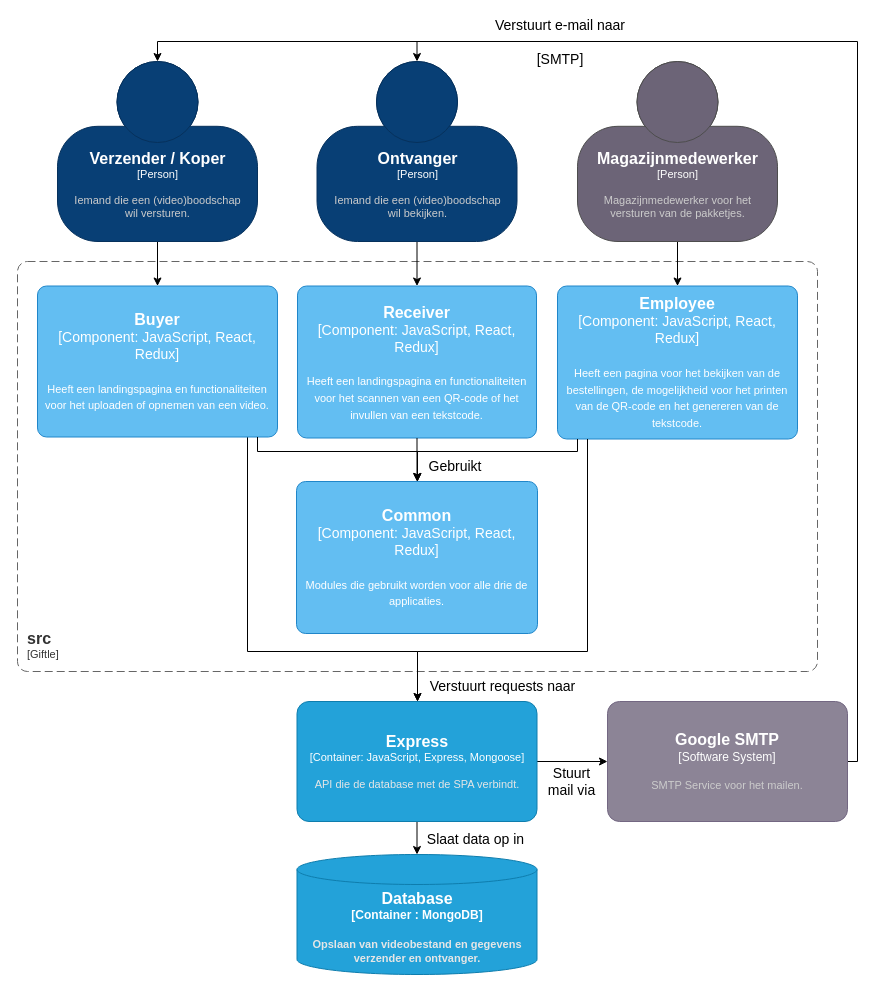
Earlier version of the draw.io diagram koeskoes/3.Sprint2/Documentatie/Software Guidebook/assets/software_architecture/component_diagram.drawio (HANICA-DWA/sep2021-project-koeskoes). Source tidied: cells renumbered, new cells numbered last; positions are measured from the earlier drawing's top-left corner, leaving out a move shared by most shapes. Both pictures are drawn from the tidied source at 100%, with x=0, y=0 at pixel (17, 27).
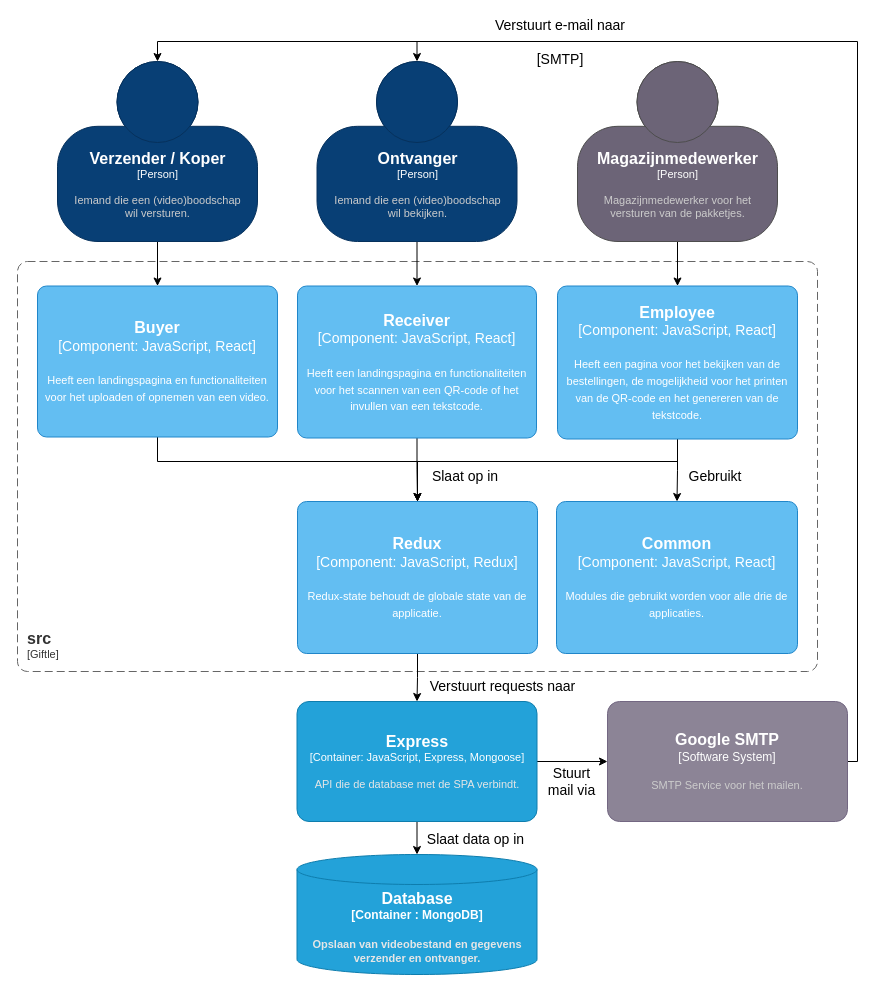
The same diagram, later.

Commit message (it also covers changes not shown here):
client diagram update

Unchanged cells that the change refers to:
```xml
<object id="11" label="&lt;font style=&quot;font-size: 16px&quot;&gt;&lt;b&gt;%c4Name%&lt;/b&gt;&lt;/font&gt;&lt;div&gt;[%c4Type%: %c4Technology%]&lt;/div&gt;&lt;br&gt;&lt;div&gt;&lt;font style=&quot;font-size: 11px&quot;&gt;&lt;font color=&quot;#E6E6E6&quot;&gt;%c4Description%&lt;/font&gt;&lt;/font&gt;&lt;/div&gt;" c4Description="API die de database met de SPA verbindt." c4Name="Express" c4Technology="JavaScript, Express, Mongoose" c4Type="Container" placeholders="1">
  <mxCell style="rounded=1;whiteSpace=wrap;html=1;fontSize=11;labelBackgroundColor=none;fillColor=#23A2D9;fontColor=#ffffff;align=center;arcSize=10;strokeColor=#0E7DAD;points=[[0.25,0,0],[0.5,0,0],[0.75,0,0],[1,0.25,0],[1,0.5,0],[1,0.75,0],[0.75,1,0],[0.5,1,0],[0.25,1,0],[0,0.75,0],[0,0.5,0],[0,0.25,0]];fontFamily=Helvetica;" parent="1" vertex="1">
    <mxGeometry x="279.5" y="674" width="240" height="120" as="geometry" />
  </mxCell>
</object>
```

The edit, as a diff of the source:
```diff
@@
-    <mxCell id="13" style="edgeStyle=orthogonalEdgeStyle;rounded=0;jettySize=auto;html=1;fontFamily=Helvetica;fontSize=14;fontColor=#000000;strokeColor=default;strokeWidth=1;" parent="1" edge="1" source="14" target="11">
-      <mxGeometry relative="1" as="geometry">
-        <Array as="points">
-          <mxPoint x="230" y="624" />
-          <mxPoint x="400" y="624" />
-        </Array>
-      </mxGeometry>
-    </mxCell>
+    <mxCell id="30" style="edgeStyle=orthogonalEdgeStyle;rounded=0;jettySize=auto;html=1;exitX=0.5;exitY=1;exitDx=0;exitDy=0;exitPerimeter=0;fontFamily=Helvetica;endSize=6;strokeWidth=1;" parent="1" edge="1" source="14" target="34">
+      <mxGeometry relative="1" as="geometry">
+        <Array as="points">
+          <mxPoint x="140" y="434" />
+          <mxPoint x="400" y="434" />
+        </Array>
+      </mxGeometry>
+    </mxCell>
-    <object id="14" label="&lt;font style=&quot;font-size: 16px&quot;&gt;&lt;b&gt;%c4Name%&lt;/b&gt;&lt;/font&gt;&lt;div&gt;[%c4Type%: %c4Technology%]&lt;/div&gt;&lt;br&gt;&lt;div&gt;&lt;font style=&quot;font-size: 11px&quot;&gt;%c4Description%&lt;/font&gt;&lt;/div&gt;" c4Description="Heeft een landingspagina en functionaliteiten voor het uploaden of opnemen van een video." c4Name="Buyer" c4Technology="JavaScript, React, Redux" c4Type="Component" placeholders="1">
+    <object id="14" label="&lt;font style=&quot;font-size: 16px&quot;&gt;&lt;b&gt;%c4Name%&lt;/b&gt;&lt;/font&gt;&lt;div&gt;[%c4Type%: %c4Technology%]&lt;/div&gt;&lt;br&gt;&lt;div&gt;&lt;font style=&quot;font-size: 11px&quot;&gt;%c4Description%&lt;/font&gt;&lt;/div&gt;" c4Description="Heeft een landingspagina en functionaliteiten voor het uploaden of opnemen van een video." c4Name="Buyer" c4Technology="JavaScript, React" c4Type="Component" placeholders="1">
       <mxCell style="rounded=1;whiteSpace=wrap;html=1;labelBackgroundColor=none;fillColor=#63BEF2;fontColor=#ffffff;align=center;arcSize=6;strokeColor=#2086C9;points=[[0.25,0,0],[0.5,0,0],[0.75,0,0],[1,0.25,0],[1,0.5,0],[1,0.75,0],[0.75,1,0],[0.5,1,0],[0.25,1,0],[0,0.75,0],[0,0.5,0],[0,0.25,0]];fontFamily=Helvetica;fontSize=14;" parent="1" vertex="1">
         <mxGeometry x="20" y="258.5" width="240" height="151" as="geometry" />
       </mxCell>
     </object>
+    <mxCell id="31" style="edgeStyle=orthogonalEdgeStyle;rounded=0;jettySize=auto;html=1;exitX=0.5;exitY=1;exitDx=0;exitDy=0;exitPerimeter=0;fontFamily=Helvetica;endSize=6;strokeWidth=1;" parent="1" edge="1" source="15" target="34">
+      <mxGeometry relative="1" as="geometry" />
+    </mxCell>
-    <object id="15" label="&lt;font style=&quot;font-size: 16px&quot;&gt;&lt;b&gt;%c4Name%&lt;/b&gt;&lt;/font&gt;&lt;div&gt;[%c4Type%: %c4Technology%]&lt;/div&gt;&lt;br&gt;&lt;div&gt;&lt;font style=&quot;font-size: 11px&quot;&gt;%c4Description%&lt;/font&gt;&lt;/div&gt;" c4Description="Heeft een landingspagina en functionaliteiten voor het scannen van een QR-code of het invullen van een tekstcode." c4Name="Receiver" c4Technology="JavaScript, React, Redux" c4Type="Component" placeholders="1">
+    <object id="15" label="&lt;font style=&quot;font-size: 16px&quot;&gt;&lt;b&gt;%c4Name%&lt;/b&gt;&lt;/font&gt;&lt;div&gt;[%c4Type%: %c4Technology%]&lt;/div&gt;&lt;br&gt;&lt;div&gt;&lt;font style=&quot;font-size: 11px&quot;&gt;%c4Description%&lt;/font&gt;&lt;/div&gt;" c4Description="Heeft een landingspagina en functionaliteiten voor het scannen van een QR-code of het invullen van een tekstcode." c4Name="Receiver" c4Technology="JavaScript, React" c4Type="Component" placeholders="1">
       <mxCell style="rounded=1;whiteSpace=wrap;html=1;labelBackgroundColor=none;fillColor=#63BEF2;fontColor=#ffffff;align=center;arcSize=6;strokeColor=#2086C9;points=[[0.25,0,0],[0.5,0,0],[0.75,0,0],[1,0.25,0],[1,0.5,0],[1,0.75,0],[0.75,1,0],[0.5,1,0],[0.25,1,0],[0,0.75,0],[0,0.5,0],[0,0.25,0]];fontFamily=Helvetica;fontSize=14;" parent="1" vertex="1">
         <mxGeometry x="280" y="258.5" width="239" height="152" as="geometry" />
       </mxCell>
     </object>
+    <mxCell id="32" style="edgeStyle=orthogonalEdgeStyle;rounded=0;jettySize=auto;html=1;exitX=0.5;exitY=1;exitDx=0;exitDy=0;exitPerimeter=0;fontFamily=Helvetica;endSize=6;strokeWidth=1;" parent="1" edge="1" source="16" target="34">
+      <mxGeometry relative="1" as="geometry">
+        <Array as="points">
+          <mxPoint x="660" y="434" />
+          <mxPoint x="400" y="434" />
+        </Array>
+      </mxGeometry>
+    </mxCell>
+    <mxCell id="28" style="edgeStyle=orthogonalEdgeStyle;rounded=0;jettySize=auto;html=1;exitX=0.5;exitY=1;exitDx=0;exitDy=0;exitPerimeter=0;fontFamily=Helvetica;endSize=6;strokeWidth=1;" parent="1" edge="1" source="16" target="17">
+      <mxGeometry relative="1" as="geometry" />
+    </mxCell>
-    <object id="16" label="&lt;font style=&quot;font-size: 16px&quot;&gt;&lt;b&gt;%c4Name%&lt;/b&gt;&lt;/font&gt;&lt;div&gt;[%c4Type%: %c4Technology%]&lt;/div&gt;&lt;br&gt;&lt;div&gt;&lt;font style=&quot;font-size: 11px&quot;&gt;%c4Description%&lt;/font&gt;&lt;/div&gt;" c4Description="Heeft een pagina voor het bekijken van de bestellingen, de mogelijkheid voor het printen van de QR-code en het genereren van de tekstcode." c4Name="Employee" c4Technology="JavaScript, React, Redux" c4Type="Component" placeholders="1">
+    <object id="16" label="&lt;font style=&quot;font-size: 16px&quot;&gt;&lt;b&gt;%c4Name%&lt;/b&gt;&lt;/font&gt;&lt;div&gt;[%c4Type%: %c4Technology%]&lt;/div&gt;&lt;br&gt;&lt;div&gt;&lt;font style=&quot;font-size: 11px&quot;&gt;%c4Description%&lt;/font&gt;&lt;/div&gt;" c4Description="Heeft een pagina voor het bekijken van de bestellingen, de mogelijkheid voor het printen van de QR-code en het genereren van de tekstcode." c4Name="Employee" c4Technology="JavaScript, React" c4Type="Component" placeholders="1">
       <mxCell style="rounded=1;whiteSpace=wrap;html=1;labelBackgroundColor=none;fillColor=#63BEF2;fontColor=#ffffff;align=center;arcSize=6;strokeColor=#2086C9;points=[[0.25,0,0],[0.5,0,0],[0.75,0,0],[1,0.25,0],[1,0.5,0],[1,0.75,0],[0.75,1,0],[0.5,1,0],[0.25,1,0],[0,0.75,0],[0,0.5,0],[0,0.25,0]];fontFamily=Helvetica;fontSize=14;" parent="1" vertex="1">
         <mxGeometry x="540" y="258.5" width="240" height="153" as="geometry" />
       </mxCell>
     </object>
-    <object id="17" label="&lt;font style=&quot;font-size: 16px&quot;&gt;&lt;b&gt;%c4Name%&lt;/b&gt;&lt;/font&gt;&lt;div&gt;[%c4Type%: %c4Technology%]&lt;/div&gt;&lt;br&gt;&lt;div&gt;&lt;font style=&quot;font-size: 11px&quot;&gt;%c4Description%&lt;/font&gt;&lt;/div&gt;" c4Description="Modules die gebruikt worden voor alle drie de applicaties." c4Name="Common" c4Technology="JavaScript, React, Redux" c4Type="Component" placeholders="1">
+    <object id="17" label="&lt;font style=&quot;font-size: 16px&quot;&gt;&lt;b&gt;%c4Name%&lt;/b&gt;&lt;/font&gt;&lt;div&gt;[%c4Type%: %c4Technology%]&lt;/div&gt;&lt;br&gt;&lt;div&gt;&lt;font style=&quot;font-size: 11px&quot;&gt;%c4Description%&lt;/font&gt;&lt;/div&gt;" c4Description="Modules die gebruikt worden voor alle drie de applicaties." c4Name="Common" c4Technology="JavaScript, React" c4Type="Component" placeholders="1">
       <mxCell style="rounded=1;whiteSpace=wrap;html=1;labelBackgroundColor=none;fillColor=#63BEF2;fontColor=#ffffff;align=center;arcSize=6;strokeColor=#2086C9;points=[[0.25,0,0],[0.5,0,0],[0.75,0,0],[1,0.25,0],[1,0.5,0],[1,0.75,0],[0.75,1,0],[0.5,1,0],[0.25,1,0],[0,0.75,0],[0,0.5,0],[0,0.25,0]];fontFamily=Helvetica;fontSize=14;" parent="1" vertex="1">
-        <mxGeometry x="279" y="454" width="241" height="152" as="geometry" />
+        <mxGeometry x="539" y="474" width="241" height="152" as="geometry" />
       </mxCell>
     </object>
-    <mxCell id="18" value="Gebruikt" style="text;html=1;strokeColor=none;fillColor=none;align=center;verticalAlign=middle;whiteSpace=wrap;rounded=0;fontFamily=Helvetica;fontSize=14;fontColor=#000000;rotation=0;" parent="1" vertex="1">
-      <mxGeometry x="399.5" y="424" width="76" height="30" as="geometry" />
+    <mxCell id="18" value="Slaat op in" style="text;html=1;strokeColor=none;fillColor=none;align=center;verticalAlign=middle;whiteSpace=wrap;rounded=0;fontFamily=Helvetica;fontSize=14;fontColor=#000000;rotation=0;" parent="1" vertex="1">
+      <mxGeometry x="410" y="434" width="76" height="30" as="geometry" />
     </mxCell>
@@
-    <mxCell id="26" style="endArrow=classic;html=1;rounded=0;endSize=6;strokeWidth=1;edgeStyle=orthogonalEdgeStyle;fontFamily=Helvetica;" parent="1" edge="1" source="14" target="17">
-      <mxGeometry relative="1" as="geometry">
-        <Array as="points">
-          <mxPoint x="240" y="424" />
-          <mxPoint x="400" y="424" />
-        </Array>
-      </mxGeometry>
-    </mxCell>
-    <mxCell id="27" style="endArrow=classic;html=1;rounded=0;endSize=6;strokeWidth=1;fontFamily=Helvetica;" parent="1" edge="1" source="15" target="17">
-      <mxGeometry relative="1" as="geometry" />
-    </mxCell>
-    <mxCell id="28" style="endArrow=classic;html=1;rounded=0;endSize=6;strokeWidth=1;edgeStyle=orthogonalEdgeStyle;fontFamily=Helvetica;" parent="1" edge="1" source="16" target="17">
-      <mxGeometry relative="1" as="geometry">
-        <Array as="points">
-          <mxPoint x="560" y="424" />
-          <mxPoint x="400" y="424" />
-        </Array>
-      </mxGeometry>
-    </mxCell>
-    <mxCell id="29" style="endArrow=classic;html=1;rounded=0;endSize=6;strokeWidth=1;edgeStyle=orthogonalEdgeStyle;fontFamily=Helvetica;" parent="1" edge="1" source="16" target="11">
-      <mxGeometry relative="1" as="geometry">
-        <Array as="points">
-          <mxPoint x="570" y="624" />
-          <mxPoint x="400" y="624" />
-        </Array>
-      </mxGeometry>
-    </mxCell>
+    <mxCell id="33" style="edgeStyle=orthogonalEdgeStyle;rounded=0;jettySize=auto;html=1;exitX=0.5;exitY=1;exitDx=0;exitDy=0;exitPerimeter=0;fontFamily=Helvetica;endSize=6;strokeWidth=1;" parent="1" edge="1" source="34" target="11">
+      <mxGeometry relative="1" as="geometry" />
+    </mxCell>
+    <object id="34" label="&lt;font style=&quot;font-size: 16px&quot;&gt;&lt;b&gt;%c4Name%&lt;/b&gt;&lt;/font&gt;&lt;div&gt;[%c4Type%: %c4Technology%]&lt;/div&gt;&lt;br&gt;&lt;div&gt;&lt;font style=&quot;font-size: 11px&quot;&gt;%c4Description%&lt;/font&gt;&lt;/div&gt;" c4Description="Redux-state behoudt de globale state van de applicatie." c4Name="Redux" c4Technology="JavaScript, Redux" c4Type="Component" placeholders="1">
+      <mxCell style="rounded=1;whiteSpace=wrap;html=1;labelBackgroundColor=none;fillColor=#63BEF2;fontColor=#ffffff;align=center;arcSize=6;strokeColor=#2086C9;points=[[0.25,0,0],[0.5,0,0],[0.75,0,0],[1,0.25,0],[1,0.5,0],[1,0.75,0],[0.75,1,0],[0.5,1,0],[0.25,1,0],[0,0.75,0],[0,0.5,0],[0,0.25,0]];fontFamily=Helvetica;fontSize=14;" parent="1" vertex="1">
+        <mxGeometry x="280" y="474" width="240" height="152" as="geometry" />
+      </mxCell>
+    </object>
+    <mxCell id="35" value="Gebruikt" style="text;html=1;strokeColor=none;fillColor=none;align=center;verticalAlign=middle;whiteSpace=wrap;rounded=0;fontFamily=Helvetica;fontSize=14;fontColor=#000000;rotation=0;" parent="1" vertex="1">
+      <mxGeometry x="660" y="434" width="76" height="30" as="geometry" />
+    </mxCell>
```
